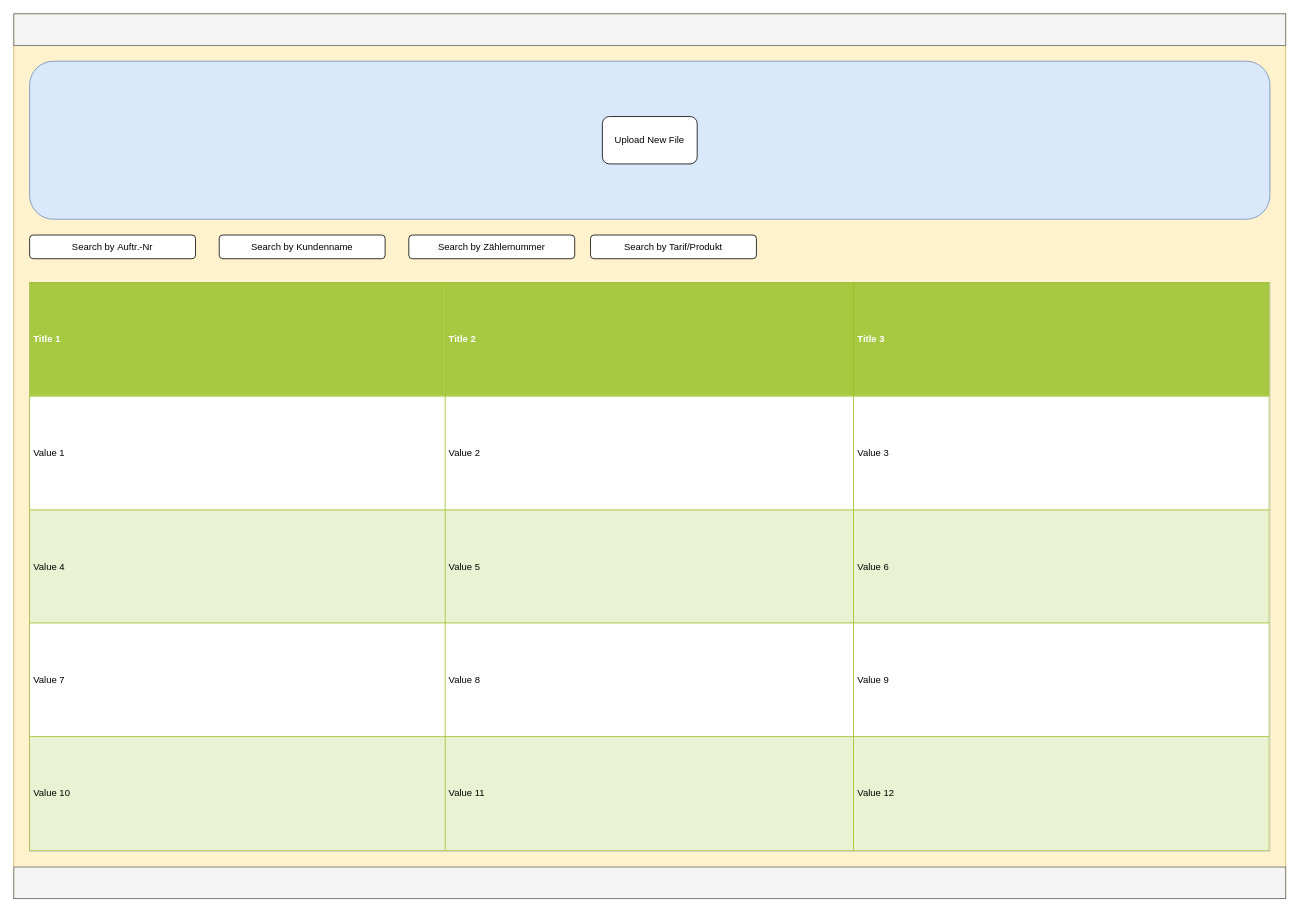
Before: page "Index Page" (2 of 3) of CustomerReminderDiagram.drawio in ahmadtechnik/CustomerReminder, a draw.io diagram. Source tidied: cells renumbered, new cells numbered last; positions are measured from the earlier drawing's top-left corner, leaving out a move shared by most shapes. Both pictures are drawn from the tidied source at 79%, with x=0, y=0 at pixel (13, 13).
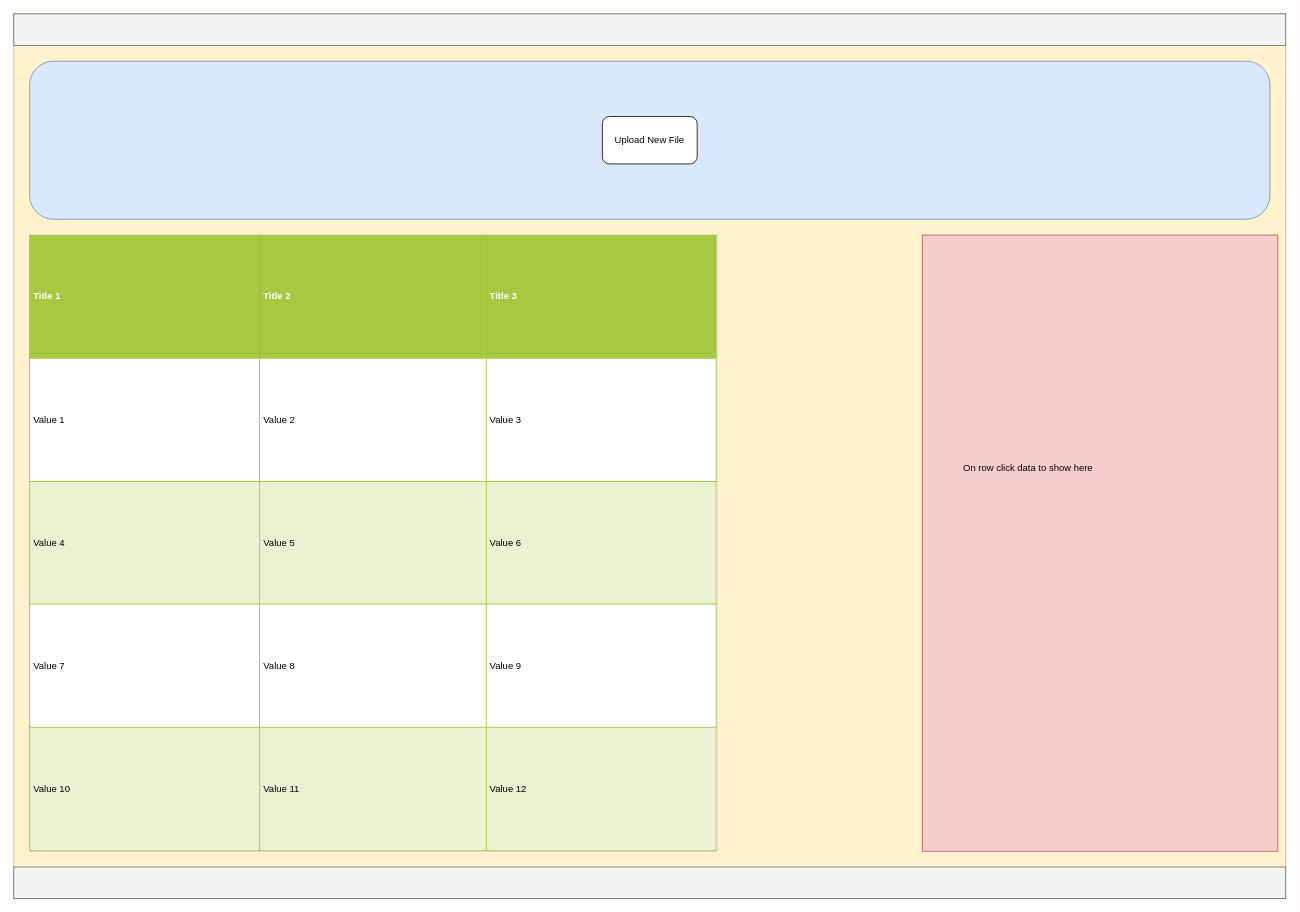
The same page after the edit.

Commit message (it also covers changes not shown here):
working on show the data in next seciton

Diff of the diagram source:
```diff
@@
 <mxGraphModel>
   <root>
     <mxCell id="0" />
     <mxCell id="1" parent="0" />
     <mxCell id="2" style="rounded=0;whiteSpace=wrap;html=1;fillColor=#fff2cc;strokeColor=#d6b656;" parent="1" vertex="1">
       <mxGeometry width="1610" height="1120" as="geometry" />
     </mxCell>
     <mxCell id="3" style="rounded=0;whiteSpace=wrap;html=1;fillColor=#f5f5f5;strokeColor=#666666;fontColor=#333333;" parent="1" vertex="1">
       <mxGeometry width="1610" height="40" as="geometry" />
     </mxCell>
     <mxCell id="4" style="rounded=0;whiteSpace=wrap;html=1;fillColor=#f5f5f5;strokeColor=#666666;fontColor=#333333;" parent="1" vertex="1">
       <mxGeometry y="1080" width="1610" height="40" as="geometry" />
     </mxCell>
     <mxCell id="5" style="rounded=1;whiteSpace=wrap;html=1;fillColor=#dae8fc;strokeColor=#6c8ebf;" parent="1" vertex="1">
       <mxGeometry x="20" y="60" width="1570" height="200" as="geometry" />
     </mxCell>
     <mxCell id="6" value="Upload New File" style="rounded=1;whiteSpace=wrap;html=1;" parent="1" vertex="1">
       <mxGeometry x="745" y="130" width="120" height="60" as="geometry" />
     </mxCell>
     <mxCell id="7" value="&lt;table border=&quot;1&quot; width=&quot;100%&quot; height=&quot;100%&quot; cellpadding=&quot;4&quot; style=&quot;width:100%;height:100%;border-collapse:collapse;&quot;&gt;&lt;tr style=&quot;background-color:#A7C942;color:#ffffff;border:1px solid #98bf21;&quot;&gt;&lt;th align=&quot;left&quot;&gt;Title 1&lt;/th&gt;&lt;th align=&quot;left&quot;&gt;Title 2&lt;/th&gt;&lt;th align=&quot;left&quot;&gt;Title 3&lt;/th&gt;&lt;/tr&gt;&lt;tr style=&quot;border:1px solid #98bf21;&quot;&gt;&lt;td&gt;Value 1&lt;/td&gt;&lt;td&gt;Value 2&lt;/td&gt;&lt;td&gt;Value 3&lt;/td&gt;&lt;/tr&gt;&lt;tr style=&quot;background-color:#EAF2D3;border:1px solid #98bf21;&quot;&gt;&lt;td&gt;Value 4&lt;/td&gt;&lt;td&gt;Value 5&lt;/td&gt;&lt;td&gt;Value 6&lt;/td&gt;&lt;/tr&gt;&lt;tr style=&quot;border:1px solid #98bf21;&quot;&gt;&lt;td&gt;Value 7&lt;/td&gt;&lt;td&gt;Value 8&lt;/td&gt;&lt;td&gt;Value 9&lt;/td&gt;&lt;/tr&gt;&lt;tr style=&quot;background-color:#EAF2D3;border:1px solid #98bf21;&quot;&gt;&lt;td&gt;Value 10&lt;/td&gt;&lt;td&gt;Value 11&lt;/td&gt;&lt;td&gt;Value 12&lt;/td&gt;&lt;/tr&gt;&lt;/table&gt;" style="text;html=1;strokeColor=#c0c0c0;fillColor=#ffffff;overflow=fill;rounded=0;" parent="1" vertex="1">
-      <mxGeometry x="20" y="340" width="1570" height="720" as="geometry" />
+      <mxGeometry x="20" y="280" width="870" height="780" as="geometry" />
     </mxCell>
-    <mxCell id="8" value="Search by&amp;nbsp;&lt;span&gt;Auftr.-Nr&lt;/span&gt;" style="rounded=1;whiteSpace=wrap;html=1;" parent="1" vertex="1">
-      <mxGeometry x="20" y="280" width="210" height="30" as="geometry" />
-    </mxCell>
-    <mxCell id="9" value="Search by&amp;nbsp;&lt;span&gt;Kundenname&lt;/span&gt;" style="rounded=1;whiteSpace=wrap;html=1;" parent="1" vertex="1">
-      <mxGeometry x="260" y="280" width="210" height="30" as="geometry" />
-    </mxCell>
-    <mxCell id="10" value="Search by&amp;nbsp;&lt;span&gt;Zählernummer&lt;/span&gt;" style="rounded=1;whiteSpace=wrap;html=1;" parent="1" vertex="1">
-      <mxGeometry x="500" y="280" width="210" height="30" as="geometry" />
-    </mxCell>
-    <mxCell id="11" value="Search by Tarif/Produkt" style="rounded=1;whiteSpace=wrap;html=1;" parent="1" vertex="1">
-      <mxGeometry x="730" y="280" width="210" height="30" as="geometry" />
-    </mxCell>
+    <mxCell id="12" style="rounded=0;whiteSpace=wrap;html=1;fillColor=#f8cecc;strokeColor=#b85450;" parent="1" vertex="1">
+      <mxGeometry x="1150" y="280" width="450" height="780" as="geometry" />
+    </mxCell>
+    <mxCell id="13" value="On row click data to show here" style="text;html=1;align=left;verticalAlign=top;spacingTop=-4;" parent="1" vertex="1">
+      <mxGeometry x="1200" y="564.5" width="180" height="20" as="geometry" />
+    </mxCell>
   </root>
 </mxGraphModel>
```
